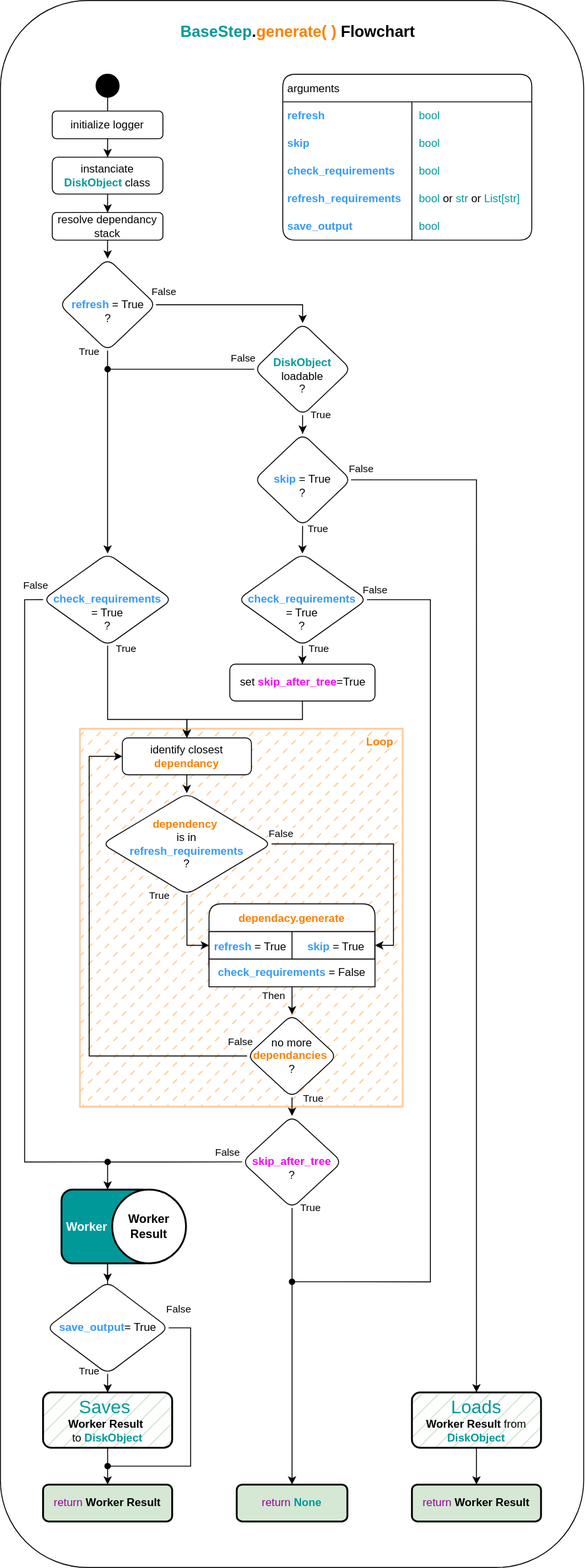
Above: docs/documentation/.assets/PypelinesGenerate.svg in JostTim/pypelines (draw.io), before the change. Source tidied: cells renumbered, new cells last; positions are measured from the earlier drawing's top-left corner, leaving out a move shared by most shapes.
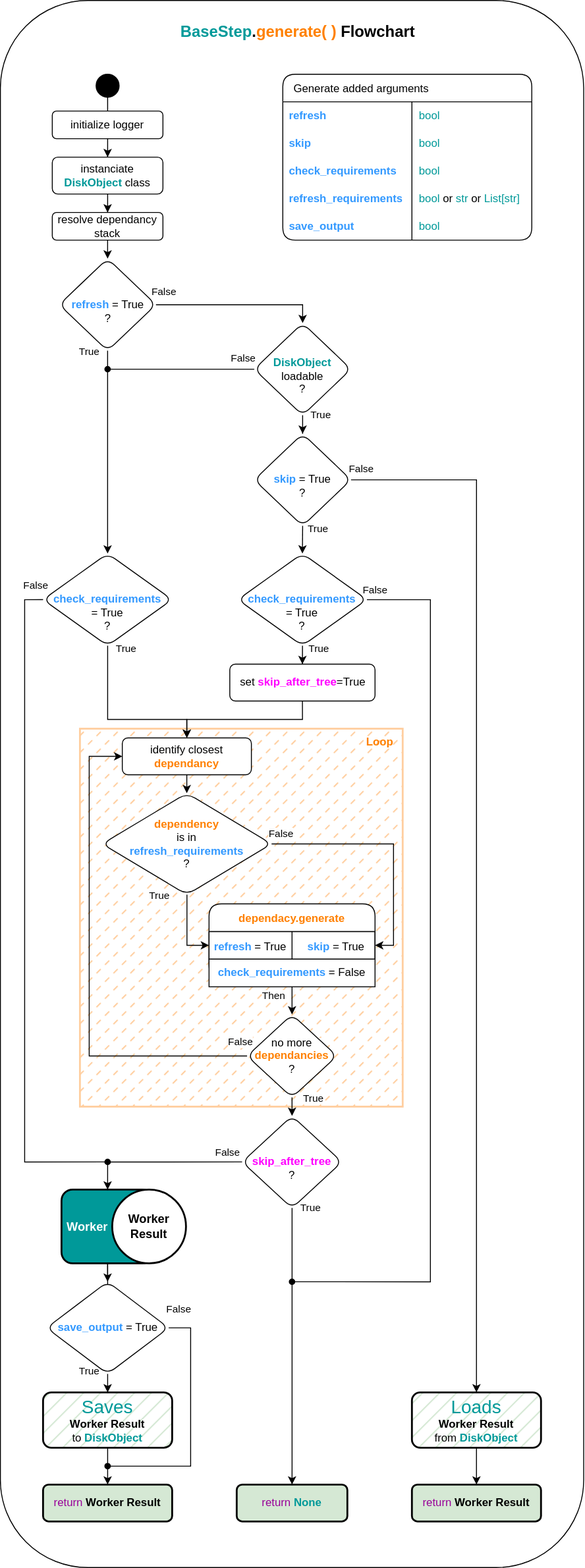
Above is the later version.

What changed in the source:
```diff
@@ -8,7 +8,7 @@
     <mxCell id="3" style="edgeStyle=orthogonalEdgeStyle;rounded=0;jettySize=auto;html=1;" parent="1" edge="1" source="4" target="43">
       <mxGeometry relative="1" as="geometry" />
     </mxCell>
-    <mxCell id="4" value="&lt;div align=&quot;left&quot;&gt;&lt;b style=&quot;color: rgb(255, 255, 255);&quot;&gt;&amp;nbsp;&lt;font style=&quot;font-size: 13px;&quot;&gt;Worker&lt;/font&gt;&lt;/b&gt;&lt;/div&gt;" style="rounded=1;whiteSpace=wrap;html=1;align=left;fillColor=#009999;strokeWidth=2;" parent="1" vertex="1">
+    <mxCell id="4" value="&lt;div style=&quot;padding-left: 4px;&quot; align=&quot;left&quot;&gt;&lt;b style=&quot;color: rgb(255, 255, 255);&quot;&gt;&lt;font style=&quot;font-size: 13px;&quot;&gt;Worker&lt;/font&gt;&lt;/b&gt;&lt;/div&gt;" style="rounded=1;whiteSpace=wrap;html=1;align=left;fillColor=#009999;strokeWidth=2;" parent="1" vertex="1">
       <mxGeometry x="66" y="1290" width="100" height="80" as="geometry" />
     </mxCell>
     <mxCell id="5" style="rounded=0;whiteSpace=wrap;html=1;fillColor=#FFCE9F;strokeColor=#FFCE9F;fillStyle=dashed;strokeWidth=2;" parent="1" vertex="1">
@@ -45,7 +45,7 @@
     <mxCell id="14" style="edgeStyle=orthogonalEdgeStyle;rounded=0;jettySize=auto;html=1;" parent="1" edge="1" source="15" target="55">
       <mxGeometry relative="1" as="geometry" />
     </mxCell>
-    <mxCell id="15" value="identify closest &lt;span style=&quot;color: rgb(255, 128, 0);&quot;&gt;&lt;b&gt;dependancy&lt;/b&gt;&lt;/span&gt;" style="rounded=1;whiteSpace=wrap;html=1;" parent="1" vertex="1">
+    <mxCell id="15" value="&lt;div&gt;identify closest&lt;/div&gt;&lt;div&gt;&lt;span style=&quot;color: rgb(255, 128, 0);&quot;&gt;&lt;b&gt;dependancy&lt;/b&gt;&lt;/span&gt;&lt;/div&gt;" style="rounded=1;whiteSpace=wrap;html=1;" parent="1" vertex="1">
       <mxGeometry x="131.9" y="800" width="140" height="40" as="geometry" />
     </mxCell>
     <mxCell id="16" style="edgeStyle=orthogonalEdgeStyle;rounded=0;jettySize=auto;html=1;entryX=0.5;entryY=0;entryDx=0;entryDy=0;" parent="1" edge="1" source="18" target="20">
@@ -162,7 +162,7 @@
         <mxPoint x="-10" y="-19" as="offset" />
       </mxGeometry>
     </mxCell>
-    <mxCell id="43" value="&lt;b&gt;&lt;span style=&quot;color: rgb(51, 153, 255);&quot;&gt;save_output&lt;/span&gt;&lt;/b&gt;= True" style="rhombus;whiteSpace=wrap;html=1;rounded=1;" parent="1" vertex="1">
+    <mxCell id="43" value="&lt;b&gt;&lt;span style=&quot;color: rgb(51, 153, 255);&quot;&gt;save_output&lt;/span&gt;&lt;/b&gt; = True" style="rhombus;whiteSpace=wrap;html=1;rounded=1;" parent="1" vertex="1">
       <mxGeometry x="49.8" y="1390" width="132.5" height="100" as="geometry" />
     </mxCell>
     <mxCell id="44" style="edgeStyle=orthogonalEdgeStyle;rounded=0;jettySize=auto;html=1;entryX=0.5;entryY=0;entryDx=0;entryDy=0;" parent="1" edge="1" source="45" target="77">
@@ -173,7 +173,7 @@
         </Array>
       </mxGeometry>
     </mxCell>
-    <mxCell id="45" value="&lt;div&gt;&lt;font style=&quot;font-size: 20px; color: rgb(0, 153, 153);&quot;&gt;Saves&amp;nbsp;&lt;/font&gt;&lt;/div&gt;&lt;div&gt;&lt;b&gt;Worker Result&amp;nbsp;&lt;/b&gt;&lt;/div&gt;&lt;div&gt;to&lt;span style=&quot;color: rgb(0, 153, 153);&quot;&gt; &lt;/span&gt;&lt;b&gt;&lt;span style=&quot;color: rgb(0, 153, 153);&quot;&gt;DiskObject&lt;span style=&quot;color: rgb(0, 153, 77);&quot;&gt;&lt;/span&gt;&lt;/span&gt;&lt;/b&gt; &lt;br&gt;&lt;/div&gt;" style="rounded=1;whiteSpace=wrap;html=1;fillColor=#d5e8d4;strokeColor=#000000;strokeWidth=2;glass=0;shadow=0;fillStyle=hatch;" parent="1" vertex="1">
+    <mxCell id="45" value="&lt;div&gt;&lt;font style=&quot;font-size: 20px; color: rgb(0, 153, 153);&quot;&gt;Saves&lt;/font&gt;&lt;/div&gt;&lt;div&gt;&lt;b&gt;Worker Result&lt;/b&gt;&lt;/div&gt;&lt;div&gt;to&lt;span style=&quot;color: rgb(0, 153, 153);&quot;&gt; &lt;/span&gt;&lt;b&gt;&lt;span style=&quot;color: rgb(0, 153, 153);&quot;&gt;DiskObject&lt;span style=&quot;color: rgb(0, 153, 77);&quot;&gt;&lt;/span&gt;&lt;/span&gt;&lt;/b&gt; &lt;br&gt;&lt;/div&gt;" style="rounded=1;whiteSpace=wrap;html=1;fillColor=#d5e8d4;strokeColor=#000000;strokeWidth=2;glass=0;shadow=0;fillStyle=hatch;" parent="1" vertex="1">
       <mxGeometry x="46" y="1510" width="140" height="60" as="geometry" />
     </mxCell>
     <mxCell id="46" style="edgeStyle=orthogonalEdgeStyle;rounded=0;jettySize=auto;html=1;entryX=0.5;entryY=0;entryDx=0;entryDy=0;exitX=1;exitY=0.5;exitDx=0;exitDy=0;" parent="1" edge="1" source="50" target="79">
@@ -224,7 +224,7 @@
         <mxPoint x="-3" y="-13" as="offset" />
       </mxGeometry>
     </mxCell>
-    <mxCell id="55" value="&lt;div&gt;&lt;b&gt;&lt;span style=&quot;color: rgb(255, 128, 0);&quot;&gt;&lt;br&gt;&lt;/span&gt;&lt;/b&gt;&lt;/div&gt;&lt;div&gt;&lt;b&gt;&lt;span style=&quot;color: rgb(255, 128, 0);&quot;&gt;&lt;br&gt;&lt;/span&gt;&lt;/b&gt;&lt;/div&gt;&lt;div&gt;&lt;b&gt;&lt;span style=&quot;color: rgb(255, 128, 0);&quot;&gt;dependency&amp;nbsp;&lt;/span&gt;&lt;/b&gt;&lt;/div&gt;&lt;div&gt;is in&lt;/div&gt;&lt;div&gt;&lt;span style=&quot;color: rgb(51, 153, 255);&quot;&gt;&lt;b&gt;refresh_requirements&lt;/b&gt;&lt;/span&gt;&lt;/div&gt;&lt;div&gt;?&lt;/div&gt;&lt;div&gt;&lt;span style=&quot;color: rgb(51, 153, 255);&quot;&gt;&lt;b&gt;&lt;br&gt;&lt;/b&gt;&lt;/span&gt;&lt;/div&gt;&lt;div&gt;&lt;span style=&quot;color: rgb(51, 153, 255);&quot;&gt;&lt;b&gt;&lt;br&gt;&lt;/b&gt;&lt;/span&gt;&lt;/div&gt;" style="rhombus;whiteSpace=wrap;html=1;rounded=1;" parent="1" vertex="1">
+    <mxCell id="55" value="&lt;div&gt;&lt;b&gt;&lt;span style=&quot;color: rgb(255, 128, 0);&quot;&gt;&lt;br&gt;&lt;/span&gt;&lt;/b&gt;&lt;/div&gt;&lt;div&gt;&lt;b&gt;&lt;span style=&quot;color: rgb(255, 128, 0);&quot;&gt;&lt;br&gt;&lt;/span&gt;&lt;/b&gt;&lt;/div&gt;&lt;div&gt;&lt;b&gt;&lt;span style=&quot;color: rgb(255, 128, 0);&quot;&gt;dependency&lt;/span&gt;&lt;/b&gt;&lt;/div&gt;&lt;div&gt;is in&lt;/div&gt;&lt;div&gt;&lt;span style=&quot;color: rgb(51, 153, 255);&quot;&gt;&lt;b&gt;refresh_requirements&lt;/b&gt;&lt;/span&gt;&lt;/div&gt;&lt;div&gt;?&lt;/div&gt;&lt;div&gt;&lt;span style=&quot;color: rgb(51, 153, 255);&quot;&gt;&lt;b&gt;&lt;br&gt;&lt;/b&gt;&lt;/span&gt;&lt;/div&gt;&lt;div&gt;&lt;span style=&quot;color: rgb(51, 153, 255);&quot;&gt;&lt;b&gt;&lt;br&gt;&lt;/b&gt;&lt;/span&gt;&lt;/div&gt;" style="rhombus;whiteSpace=wrap;html=1;rounded=1;" parent="1" vertex="1">
       <mxGeometry x="110.1" y="860" width="183.8" height="110" as="geometry" />
     </mxCell>
     <mxCell id="56" style="edgeStyle=orthogonalEdgeStyle;rounded=0;jettySize=auto;html=1;entryX=0;entryY=0.5;entryDx=0;entryDy=0;exitX=0;exitY=0.5;exitDx=0;exitDy=0;" parent="1" edge="1" source="61" target="15">
@@ -253,7 +253,7 @@
         <mxPoint x="21" y="-5" as="offset" />
       </mxGeometry>
     </mxCell>
-    <mxCell id="61" value="&lt;div&gt;no more&lt;/div&gt;&lt;div&gt;&lt;span style=&quot;color: rgb(255, 128, 0);&quot;&gt;&lt;b&gt;dependancies&amp;nbsp;&lt;/b&gt;&lt;/span&gt;&lt;/div&gt;&lt;div&gt;?&lt;/div&gt;" style="rhombus;whiteSpace=wrap;html=1;rounded=1;" parent="1" vertex="1">
+    <mxCell id="61" value="&lt;div&gt;no more&lt;/div&gt;&lt;div&gt;&lt;span style=&quot;color: rgb(255, 128, 0);&quot;&gt;&lt;b&gt;dependancies&lt;/b&gt;&lt;/span&gt;&lt;/div&gt;&lt;div&gt;?&lt;/div&gt;" style="rhombus;whiteSpace=wrap;html=1;rounded=1;" parent="1" vertex="1">
       <mxGeometry x="267.2" y="1100" width="97.5" height="90" as="geometry" />
     </mxCell>
     <mxCell id="62" style="edgeStyle=orthogonalEdgeStyle;rounded=0;jettySize=auto;html=1;entryX=0.5;entryY=0;entryDx=0;entryDy=0;" parent="1" edge="1" source="65" target="71">
@@ -295,7 +295,7 @@
     <mxCell id="69" style="edgeStyle=orthogonalEdgeStyle;rounded=0;jettySize=auto;html=1;entryX=0.5;entryY=0;entryDx=0;entryDy=0;exitX=0.5;exitY=1;exitDx=0;exitDy=0;" parent="1" edge="1" source="4" target="43">
       <mxGeometry relative="1" as="geometry" />
     </mxCell>
-    <mxCell id="70" value="&lt;font style=&quot;font-size: 13px;&quot;&gt;&lt;span style=&quot;color: rgb(0, 0, 0);&quot;&gt;&lt;b&gt;Worker Result&lt;/b&gt;&lt;/span&gt;&lt;/font&gt;" style="ellipse;whiteSpace=wrap;html=1;fillColor=#FFFFFF;fontColor=#FFFFFF;strokeWidth=2;" parent="1" vertex="1">
+    <mxCell id="70" value="&lt;div&gt;&lt;font style=&quot;font-size: 13px;&quot;&gt;&lt;span style=&quot;color: rgb(0, 0, 0);&quot;&gt;&lt;b&gt;Worker&lt;/b&gt;&lt;/span&gt;&lt;/font&gt;&lt;/div&gt;&lt;div&gt;&lt;font style=&quot;font-size: 13px;&quot;&gt;&lt;span style=&quot;color: rgb(0, 0, 0);&quot;&gt;&lt;b&gt;Result&lt;/b&gt;&lt;/span&gt;&lt;/font&gt;&lt;/div&gt;" style="ellipse;whiteSpace=wrap;html=1;fillColor=#FFFFFF;fontColor=#FFFFFF;strokeWidth=2;" parent="1" vertex="1">
       <mxGeometry x="121" y="1290" width="80" height="80" as="geometry" />
     </mxCell>
     <mxCell id="71" value="set&lt;b&gt; &lt;span style=&quot;color: rgb(255, 0, 255);&quot;&gt;skip_after_tree&lt;/span&gt;&lt;/b&gt;=True" style="rounded=1;whiteSpace=wrap;html=1;" parent="1" vertex="1">
@@ -330,7 +330,7 @@
     <mxCell id="78" style="edgeStyle=orthogonalEdgeStyle;rounded=0;jettySize=auto;html=1;entryX=0.5;entryY=0;entryDx=0;entryDy=0;" parent="1" edge="1" source="79" target="80">
       <mxGeometry relative="1" as="geometry" />
     </mxCell>
-    <mxCell id="79" value="&lt;div&gt;&lt;font style=&quot;font-size: 20px; color: rgb(0, 153, 153);&quot;&gt;Loads&lt;b&gt;&lt;br&gt;&lt;/b&gt;&lt;/font&gt;&lt;/div&gt;&lt;div&gt;&lt;b&gt;Worker Result &lt;/b&gt;from &lt;b&gt;&lt;span style=&quot;color: rgb(0, 153, 153);&quot;&gt;DiskObject&lt;span style=&quot;color: rgb(0, 153, 77);&quot;&gt;&lt;/span&gt;&lt;/span&gt;&lt;/b&gt; &lt;br&gt;&lt;/div&gt;" style="rounded=1;whiteSpace=wrap;html=1;fillColor=#d5e8d4;strokeColor=#000000;strokeWidth=2;glass=0;shadow=0;fillStyle=hatch;" parent="1" vertex="1">
+    <mxCell id="79" value="&lt;div&gt;&lt;font style=&quot;font-size: 20px; color: rgb(0, 153, 153);&quot;&gt;Loads&lt;/font&gt;&lt;b&gt;&lt;br&gt;&lt;/b&gt;&lt;/div&gt;&lt;div&gt;&lt;b&gt;Worker Result&lt;/b&gt;&lt;/div&gt;&lt;div&gt;from &lt;b&gt;&lt;span style=&quot;color: rgb(0, 153, 153);&quot;&gt;DiskObject&lt;span style=&quot;color: rgb(0, 153, 77);&quot;&gt;&lt;/span&gt;&lt;/span&gt;&lt;/b&gt; &lt;br&gt;&lt;/div&gt;" style="rounded=1;whiteSpace=wrap;html=1;fillColor=#d5e8d4;strokeColor=#000000;strokeWidth=2;glass=0;shadow=0;fillStyle=hatch;" parent="1" vertex="1">
       <mxGeometry x="446" y="1510" width="140" height="60" as="geometry" />
     </mxCell>
     <mxCell id="80" value="&lt;span style=&quot;color: rgb(153, 0, 153);&quot;&gt;return &lt;/span&gt;&lt;b&gt;Worker Result&lt;/b&gt;" style="rounded=1;whiteSpace=wrap;html=1;fillColor=#d5e8d4;strokeColor=#000000;strokeWidth=2;glass=0;shadow=0;fillStyle=solid;" parent="1" vertex="1">
@@ -342,13 +342,13 @@
     <mxCell id="82" value="&lt;font style=&quot;font-size: 17px;&quot;&gt;&lt;b&gt;&lt;span style=&quot;color: rgb(0, 153, 153);&quot;&gt;BaseStep&lt;/span&gt;.&lt;span style=&quot;color: rgb(255, 128, 0);&quot;&gt;generate( ) &lt;/span&gt;Flowchart&lt;/b&gt;&lt;/font&gt;" style="text;html=1;align=center;verticalAlign=middle;strokeColor=none;fillColor=none;" parent="1" vertex="1">
       <mxGeometry x="182.2" y="20" width="280" height="30" as="geometry" />
     </mxCell>
-    <mxCell id="83" value=" arguments" style="shape=table;startSize=30;rowLines=0;fontStyle=0;strokeColor=default;fontSize=12;align=left;rounded=1;" parent="1" vertex="1">
+    <mxCell id="83" value="Generate added arguments" style="shape=table;startSize=30;rowLines=0;fontStyle=0;strokeColor=default;fontSize=12;align=left;rounded=1;spacingLeft=10;" parent="1" vertex="1">
       <mxGeometry x="306" y="80" width="270" height="180" as="geometry" />
     </mxCell>
     <mxCell id="84" style="shape=tableRow;horizontal=0;startSize=0;swimlaneHead=0;swimlaneBody=0;top=0;left=0;bottom=0;right=0;fillColor=none;strokeColor=inherit;fontSize=16;" parent="83" vertex="1">
       <mxGeometry y="30" width="270" height="30" as="geometry" />
     </mxCell>
-    <mxCell id="85" value="&lt;span style=&quot;color: rgb(51, 153, 255);&quot;&gt;&amp;nbsp;&lt;b&gt;refresh&lt;/b&gt;&lt;/span&gt;" style="shape=partialRectangle;html=1;whiteSpace=wrap;fillColor=none;top=0;left=0;bottom=0;right=0;overflow=hidden;strokeColor=inherit;fontSize=12;align=left;" parent="84" vertex="1">
+    <mxCell id="85" value="&lt;span style=&quot;color: rgb(51, 153, 255);&quot;&gt;&lt;b&gt;refresh&lt;/b&gt;&lt;/span&gt;" style="shape=partialRectangle;html=1;whiteSpace=wrap;fillColor=none;top=0;left=0;bottom=0;right=0;overflow=hidden;strokeColor=inherit;fontSize=12;align=left;spacingLeft=5;" parent="84" vertex="1">
       <mxGeometry width="140" height="30" as="geometry" />
     </mxCell>
     <mxCell id="86" value="&lt;span style=&quot;color: rgb(0, 153, 153);&quot;&gt;bool&lt;/span&gt;" style="shape=partialRectangle;html=1;whiteSpace=wrap;fillColor=none;top=0;left=0;bottom=0;right=0;align=left;spacingLeft=6;overflow=hidden;strokeColor=inherit;fontSize=12;" parent="84" vertex="1">
@@ -357,7 +357,7 @@
     <mxCell id="87" style="shape=tableRow;horizontal=0;startSize=0;swimlaneHead=0;swimlaneBody=0;top=0;left=0;bottom=0;right=0;fillColor=none;strokeColor=inherit;fontSize=16;" parent="83" vertex="1">
       <mxGeometry y="60" width="270" height="30" as="geometry" />
     </mxCell>
-    <mxCell id="88" value="&lt;b&gt;&lt;span style=&quot;color: rgb(51, 153, 255);&quot;&gt;&amp;nbsp;skip&lt;/span&gt;&lt;/b&gt;" style="shape=partialRectangle;html=1;whiteSpace=wrap;fillColor=none;top=0;left=0;bottom=0;right=0;overflow=hidden;strokeColor=inherit;fontSize=12;align=left;" parent="87" vertex="1">
+    <mxCell id="88" value="&lt;b&gt;&lt;span style=&quot;color: rgb(51, 153, 255);&quot;&gt;skip&lt;/span&gt;&lt;/b&gt;" style="shape=partialRectangle;html=1;whiteSpace=wrap;fillColor=none;top=0;left=0;bottom=0;right=0;overflow=hidden;strokeColor=inherit;fontSize=12;align=left;spacingLeft=5;" parent="87" vertex="1">
       <mxGeometry width="140" height="30" as="geometry" />
     </mxCell>
     <mxCell id="89" value="&lt;span style=&quot;color: rgb(0, 153, 153);&quot;&gt;bool&lt;/span&gt;" style="shape=partialRectangle;html=1;whiteSpace=wrap;fillColor=none;top=0;left=0;bottom=0;right=0;align=left;spacingLeft=6;overflow=hidden;strokeColor=inherit;fontSize=12;" parent="87" vertex="1">
@@ -366,7 +366,7 @@
     <mxCell id="90" style="shape=tableRow;horizontal=0;startSize=0;swimlaneHead=0;swimlaneBody=0;top=0;left=0;bottom=0;right=0;fillColor=none;strokeColor=inherit;fontSize=16;" parent="83" vertex="1">
       <mxGeometry y="90" width="270" height="30" as="geometry" />
     </mxCell>
-    <mxCell id="91" value="&lt;b&gt;&lt;span style=&quot;color: rgb(51, 153, 255);&quot;&gt;&amp;nbsp;check_requirements&lt;/span&gt;&lt;/b&gt;" style="shape=partialRectangle;html=1;whiteSpace=wrap;fillColor=none;top=0;left=0;bottom=0;right=0;overflow=hidden;strokeColor=inherit;fontSize=12;align=left;" parent="90" vertex="1">
+    <mxCell id="91" value="&lt;b&gt;&lt;span style=&quot;color: rgb(51, 153, 255);&quot;&gt;check_requirements&lt;/span&gt;&lt;/b&gt;" style="shape=partialRectangle;html=1;whiteSpace=wrap;fillColor=none;top=0;left=0;bottom=0;right=0;overflow=hidden;strokeColor=inherit;fontSize=12;align=left;spacingLeft=5;" parent="90" vertex="1">
       <mxGeometry width="140" height="30" as="geometry" />
     </mxCell>
     <mxCell id="92" value="&lt;span style=&quot;color: rgb(0, 153, 153);&quot;&gt;bool&lt;/span&gt;" style="shape=partialRectangle;html=1;whiteSpace=wrap;fillColor=none;top=0;left=0;bottom=0;right=0;align=left;spacingLeft=6;overflow=hidden;strokeColor=inherit;fontSize=12;" parent="90" vertex="1">
@@ -375,7 +375,7 @@
     <mxCell id="93" style="shape=tableRow;horizontal=0;startSize=0;swimlaneHead=0;swimlaneBody=0;top=0;left=0;bottom=0;right=0;fillColor=none;strokeColor=inherit;fontSize=16;" parent="83" vertex="1">
       <mxGeometry y="120" width="270" height="30" as="geometry" />
     </mxCell>
-    <mxCell id="94" value="&lt;b&gt;&lt;span style=&quot;color: rgb(51, 153, 255);&quot;&gt;&amp;nbsp;refresh_requirements&lt;/span&gt;&lt;/b&gt;" style="shape=partialRectangle;html=1;whiteSpace=wrap;fillColor=none;top=0;left=0;bottom=0;right=0;overflow=hidden;strokeColor=inherit;fontSize=12;align=left;" parent="93" vertex="1">
+    <mxCell id="94" value="&lt;b&gt;&lt;span style=&quot;color: rgb(51, 153, 255);&quot;&gt;refresh_requirements&lt;/span&gt;&lt;/b&gt;" style="shape=partialRectangle;html=1;whiteSpace=wrap;fillColor=none;top=0;left=0;bottom=0;right=0;overflow=hidden;strokeColor=inherit;fontSize=12;align=left;spacingLeft=5;" parent="93" vertex="1">
       <mxGeometry width="140" height="30" as="geometry" />
     </mxCell>
     <mxCell id="95" value="&lt;div&gt;&lt;span style=&quot;color: rgb(0, 153, 153);&quot;&gt;bool &lt;/span&gt;or &lt;span style=&quot;color: rgb(0, 153, 153);&quot;&gt;str &lt;/span&gt;or &lt;span style=&quot;color: rgb(0, 153, 153);&quot;&gt;List[str]&lt;/span&gt;&lt;/div&gt;" style="shape=partialRectangle;html=1;whiteSpace=wrap;fillColor=none;top=0;left=0;bottom=0;right=0;align=left;spacingLeft=6;overflow=hidden;strokeColor=inherit;fontSize=12;" parent="93" vertex="1">
@@ -384,7 +384,7 @@
     <mxCell id="96" style="shape=tableRow;horizontal=0;startSize=0;swimlaneHead=0;swimlaneBody=0;top=0;left=0;bottom=0;right=0;fillColor=none;strokeColor=inherit;fontSize=16;" parent="83" vertex="1">
       <mxGeometry y="150" width="270" height="30" as="geometry" />
     </mxCell>
-    <mxCell id="97" value="&lt;b&gt;&lt;span style=&quot;color: rgb(51, 153, 255);&quot;&gt;&amp;nbsp;save_output&lt;/span&gt;&lt;/b&gt;" style="shape=partialRectangle;html=1;whiteSpace=wrap;fillColor=none;top=0;left=0;bottom=0;right=0;overflow=hidden;strokeColor=inherit;fontSize=12;align=left;" parent="96" vertex="1">
+    <mxCell id="97" value="&lt;b&gt;&lt;span style=&quot;color: rgb(51, 153, 255);&quot;&gt;save_output&lt;/span&gt;&lt;/b&gt;" style="shape=partialRectangle;html=1;whiteSpace=wrap;fillColor=none;top=0;left=0;bottom=0;right=0;overflow=hidden;strokeColor=inherit;fontSize=12;align=left;spacingLeft=5;" parent="96" vertex="1">
       <mxGeometry width="140" height="30" as="geometry" />
     </mxCell>
     <mxCell id="98" value="&lt;span style=&quot;color: rgb(0, 153, 153);&quot;&gt;bool&lt;/span&gt;" style="shape=partialRectangle;html=1;whiteSpace=wrap;fillColor=none;top=0;left=0;bottom=0;right=0;align=left;spacingLeft=6;overflow=hidden;strokeColor=inherit;fontSize=12;" parent="96" vertex="1">
```
